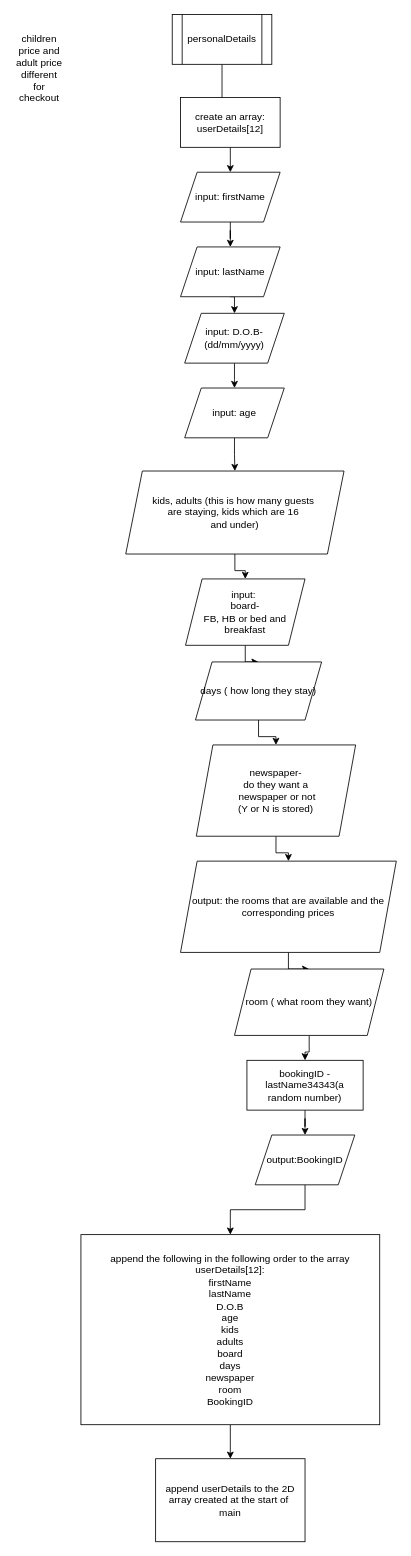
This is Kashykk personalDetails (1).drawio from BHASVIC-JamesC/JDL-corporation, a draw.io file, before an edit. Source tidied: cells renumbered, new cells numbered last; positions are measured from the earlier drawing's top-left corner, leaving out a move shared by most shapes. Both pictures are drawn from the tidied source at 83%, with x=0, y=0 at pixel (14, 14).
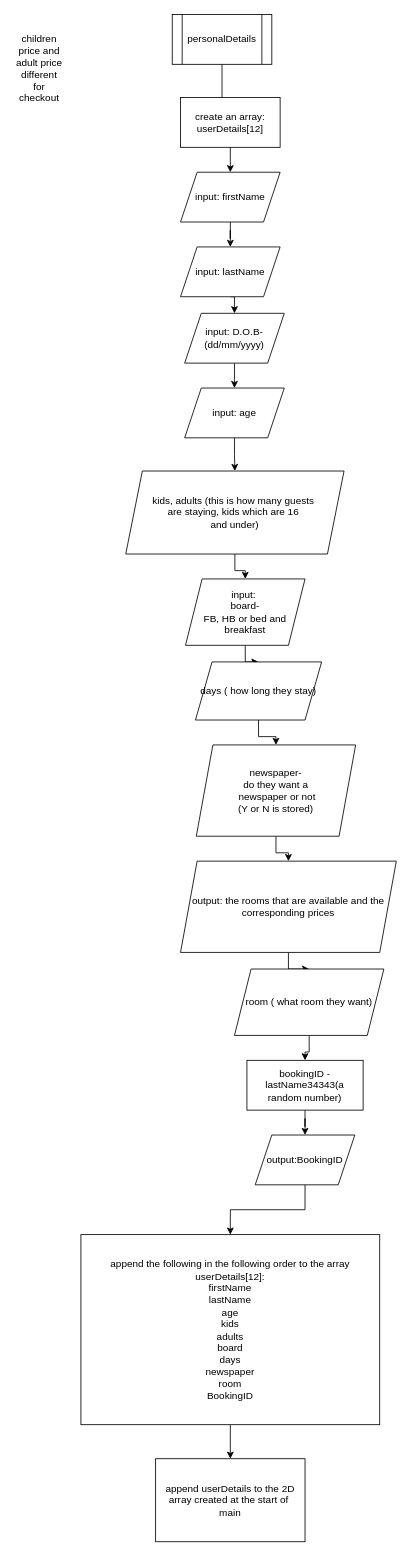
The same diagram, later.

The edit, as a diff of the source:
```diff
@@
-    <mxCell id="29" value="append the following in the following order to the array userDetails[12]:&lt;div&gt;firstName&lt;/div&gt;&lt;div&gt;lastName&lt;/div&gt;&lt;div&gt;D.O.B&lt;/div&gt;&lt;div&gt;age&lt;/div&gt;&lt;div&gt;kids&lt;/div&gt;&lt;div&gt;adults&lt;/div&gt;&lt;div&gt;board&lt;/div&gt;&lt;div&gt;days&lt;/div&gt;&lt;div&gt;newspaper&lt;/div&gt;&lt;div&gt;room&lt;/div&gt;&lt;div&gt;BookingID&lt;/div&gt;" style="rounded=0;whiteSpace=wrap;html=1;" parent="1" vertex="1">
+    <mxCell id="29" value="append the following in the following order to the array userDetails[12]:&lt;div&gt;firstName&lt;/div&gt;&lt;div&gt;lastName&lt;/div&gt;&lt;div&gt;age&lt;/div&gt;&lt;div&gt;kids&lt;/div&gt;&lt;div&gt;adults&lt;/div&gt;&lt;div&gt;board&lt;/div&gt;&lt;div&gt;days&lt;/div&gt;&lt;div&gt;newspaper&lt;/div&gt;&lt;div&gt;room&lt;/div&gt;&lt;div&gt;BookingID&lt;/div&gt;" style="rounded=0;whiteSpace=wrap;html=1;" parent="1" vertex="1">
       <mxGeometry x="80" y="1470" width="360" height="229" as="geometry" />
     </mxCell>
```
